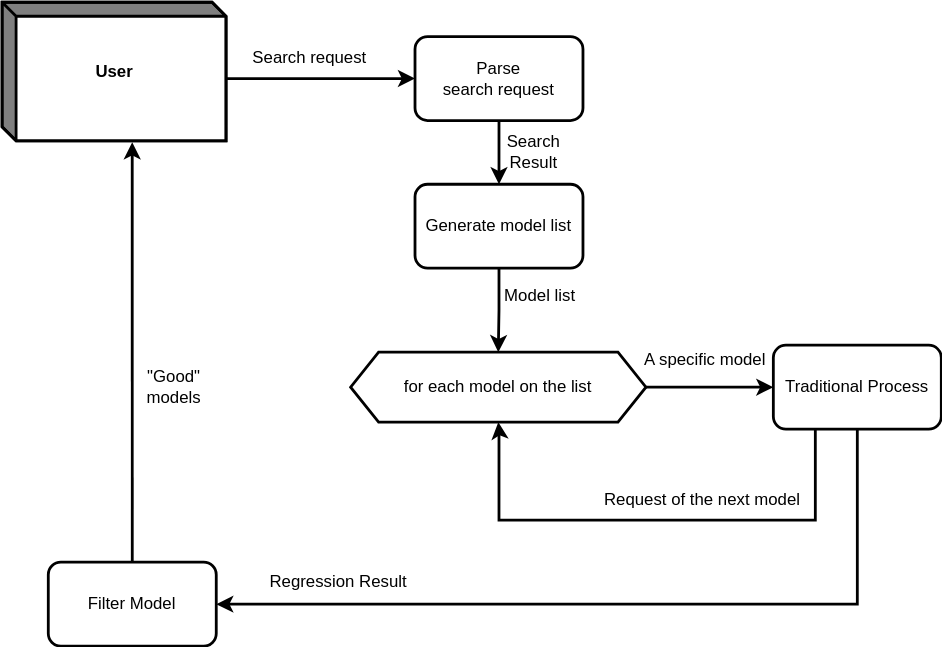
Above: vignettes/Images/new_struct.svg in dazhwu/pydynpd (draw.io), before the change. Source tidied: cells renumbered, new cells last; positions are measured from the earlier drawing's top-left corner, leaving out a move shared by most shapes.
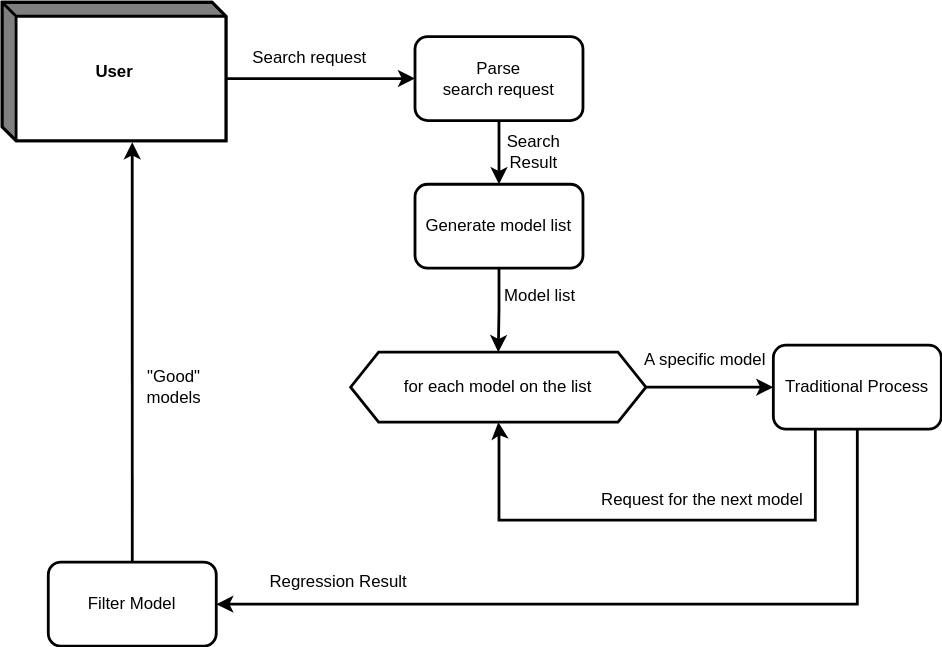
The same diagram one commit later.

The edit, as a diff of the source:
```diff
@@ -49,7 +49,7 @@
     <mxCell id="14" value="A specific model" style="text;html=1;align=center;verticalAlign=middle;strokeColor=none;fillColor=none;fontSize=12;fontColor=default;" parent="1" vertex="1">
       <mxGeometry x="452" y="246" width="100" height="20" as="geometry" />
     </mxCell>
-    <mxCell id="15" value="Request of the next model" style="text;html=1;align=center;verticalAlign=middle;strokeColor=none;fillColor=none;fontSize=12;fontColor=default;" parent="1" vertex="1">
+    <mxCell id="15" value="Request for the next model" style="text;html=1;align=center;verticalAlign=middle;strokeColor=none;fillColor=none;fontSize=12;fontColor=default;" parent="1" vertex="1">
       <mxGeometry x="420" y="346" width="160" height="20" as="geometry" />
     </mxCell>
     <mxCell id="16" style="edgeStyle=orthogonalEdgeStyle;rounded=0;jettySize=auto;html=1;exitX=0.5;exitY=0;exitDx=0;exitDy=0;entryX=0.581;entryY=1.01;entryDx=0;entryDy=0;entryPerimeter=0;fontSize=12;fontColor=default;strokeWidth=2;" parent="1" edge="1" source="17" target="3">
```
